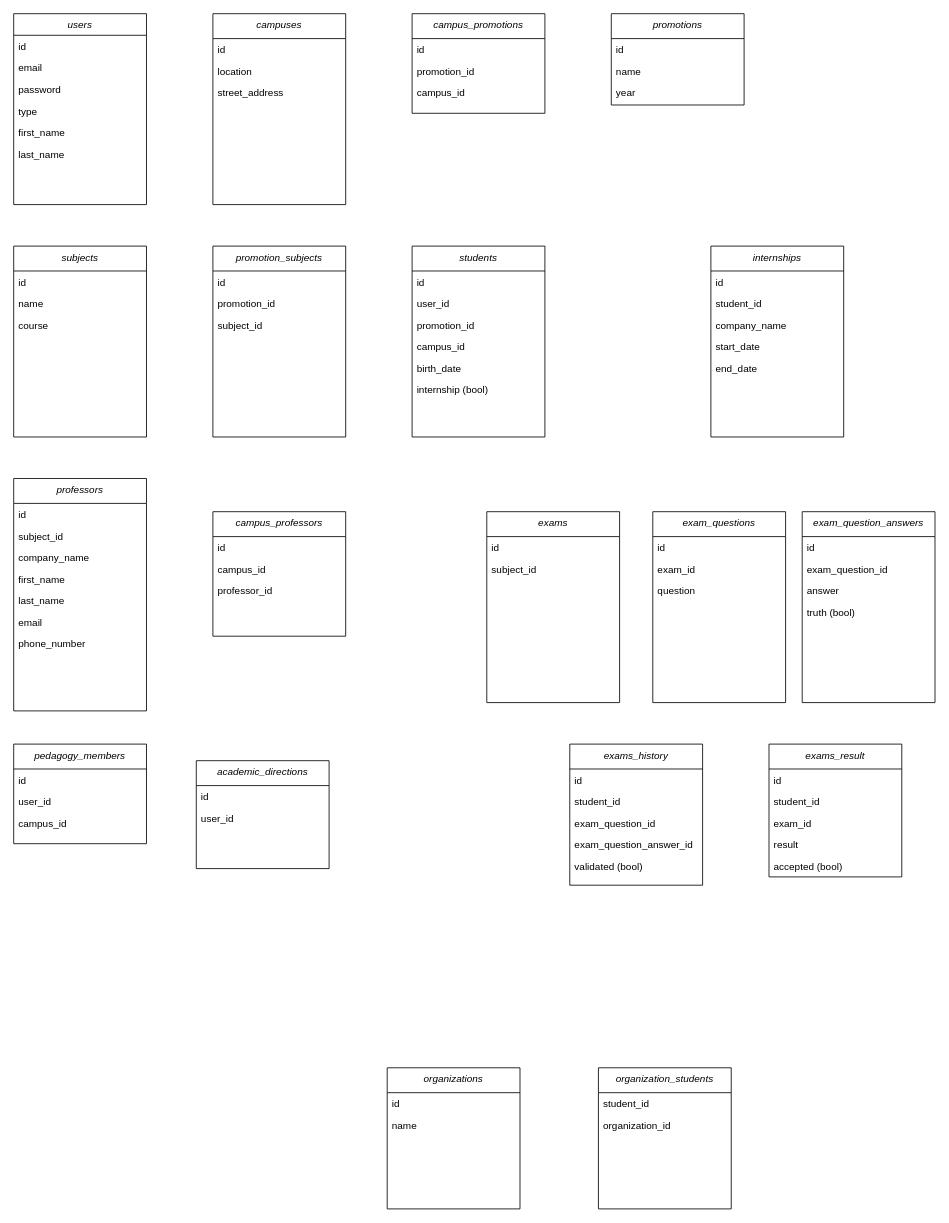
This is page "Page-1" (1 of 2) of mcd.drawio from bnvd26/4PROJ, a draw.io file, before an edit. Source tidied: cells renumbered, new cells numbered last; positions are measured from the earlier drawing's top-left corner, leaving out a move shared by most shapes. Both pictures are drawn from the tidied source at 83%, with x=0, y=0 at pixel (13, 13).
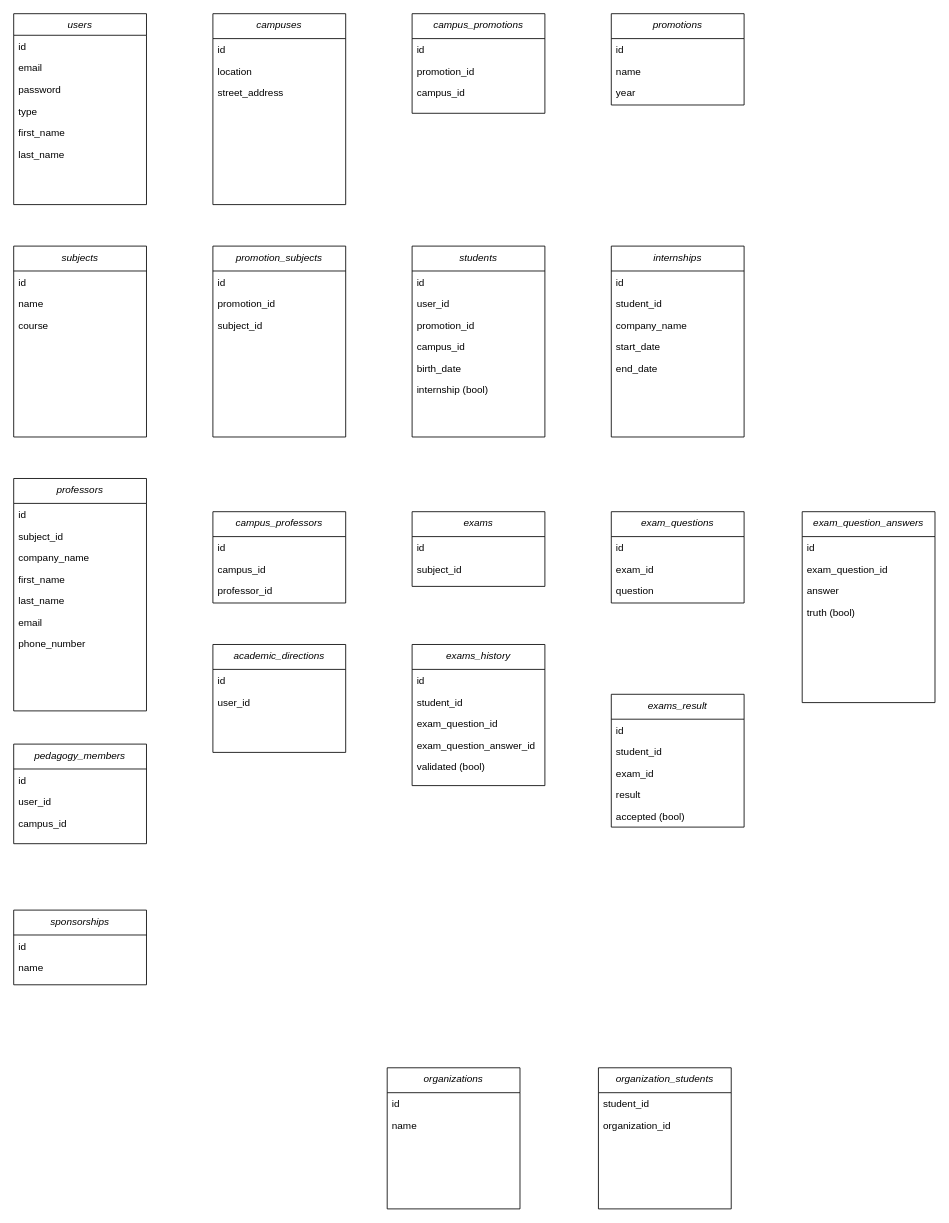
The same diagram, later.

Change to the diagram source:
```diff
@@
     <mxCell id="32" value="exams" style="swimlane;fontStyle=2;align=center;verticalAlign=top;horizontal=1;startSize=30;rounded=0;shadow=0;strokeWidth=1;" parent="1" vertex="1">
-      <mxGeometry x="570" y="600" width="160" height="230" as="geometry" />
+      <mxGeometry x="480" y="600" width="160" height="90" as="geometry" />
     </mxCell>
@@
     <mxCell id="35" value="exam_questions" style="swimlane;fontStyle=2;align=center;verticalAlign=top;horizontal=1;startSize=30;rounded=0;shadow=0;strokeWidth=1;" parent="1" vertex="1">
-      <mxGeometry x="770" y="600" width="160" height="230" as="geometry" />
+      <mxGeometry x="720" y="600" width="160" height="110" as="geometry" />
     </mxCell>
@@
     <mxCell id="44" value="exams_history" style="swimlane;fontStyle=2;align=center;verticalAlign=top;horizontal=1;startSize=30;rounded=0;shadow=0;strokeWidth=1;" parent="1" vertex="1">
-      <mxGeometry x="670" y="880" width="160" height="170" as="geometry" />
+      <mxGeometry x="480" y="760" width="160" height="170" as="geometry" />
     </mxCell>
@@
     <mxCell id="50" value="exams_result" style="swimlane;fontStyle=2;align=center;verticalAlign=top;horizontal=1;startSize=30;rounded=0;shadow=0;strokeWidth=1;" parent="1" vertex="1">
-      <mxGeometry x="910" y="880" width="160" height="160" as="geometry" />
+      <mxGeometry x="720" y="820" width="160" height="160" as="geometry" />
     </mxCell>
@@
     <mxCell id="68" value="academic_directions" style="swimlane;fontStyle=2;align=center;verticalAlign=top;horizontal=1;startSize=30;rounded=0;shadow=0;strokeWidth=1;" parent="1" vertex="1">
-      <mxGeometry x="220" y="900" width="160" height="130" as="geometry" />
+      <mxGeometry x="240" y="760" width="160" height="130" as="geometry" />
     </mxCell>
@@
     <mxCell id="81" value="campus_professors" style="swimlane;fontStyle=2;align=center;verticalAlign=top;horizontal=1;startSize=30;rounded=0;shadow=0;strokeWidth=1;" parent="1" vertex="1">
-      <mxGeometry x="240" y="600" width="160" height="150" as="geometry" />
+      <mxGeometry x="240" y="600" width="160" height="110" as="geometry" />
     </mxCell>
@@
     <mxCell id="85" value="internships" style="swimlane;fontStyle=2;align=center;verticalAlign=top;horizontal=1;startSize=30;rounded=0;shadow=0;strokeWidth=1;" parent="1" vertex="1">
-      <mxGeometry x="840" y="280" width="160" height="230" as="geometry" />
+      <mxGeometry x="720" y="280" width="160" height="230" as="geometry" />
     </mxCell>
@@
+    <mxCell id="91" value="sponsorships" style="swimlane;fontStyle=2;align=center;verticalAlign=top;horizontal=1;startSize=30;rounded=0;shadow=0;strokeWidth=1;" parent="1" vertex="1">
+      <mxGeometry y="1080" width="160" height="90" as="geometry" />
+    </mxCell>
+    <mxCell id="92" value="id" style="text;align=left;verticalAlign=top;spacingLeft=4;spacingRight=4;overflow=hidden;" parent="91" vertex="1">
+      <mxGeometry y="30" width="160" height="26" as="geometry" />
+    </mxCell>
+    <mxCell id="93" value="name" style="text;align=left;verticalAlign=top;spacingLeft=4;spacingRight=4;overflow=hidden;" parent="91" vertex="1">
+      <mxGeometry y="56" width="160" height="26" as="geometry" />
+    </mxCell>
```
